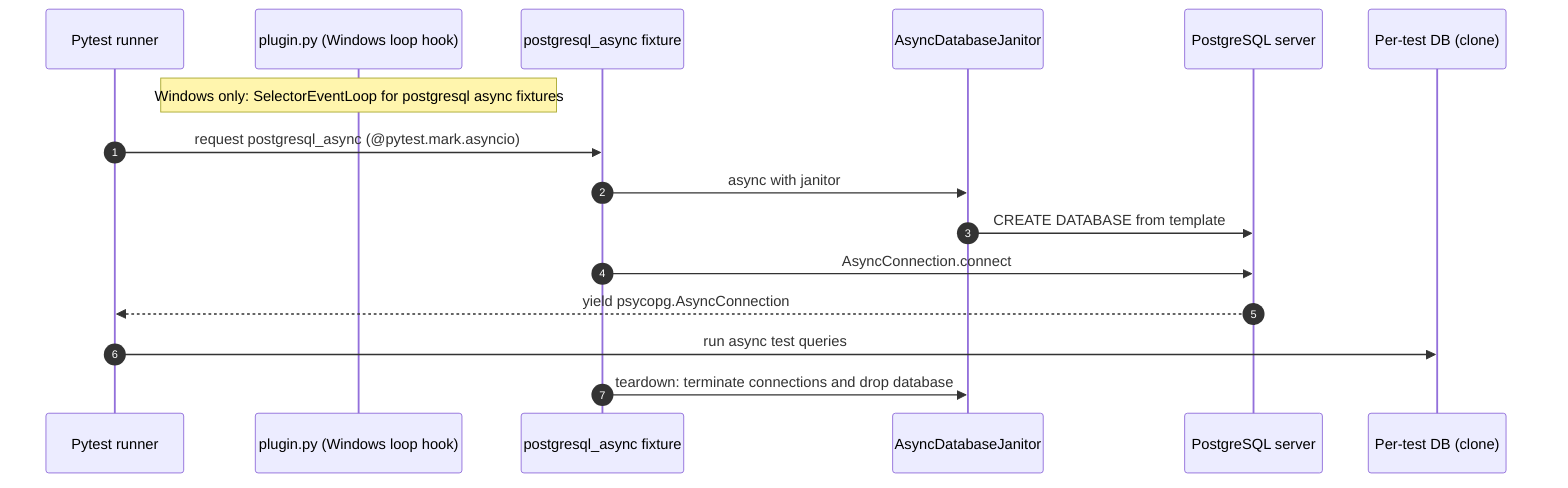
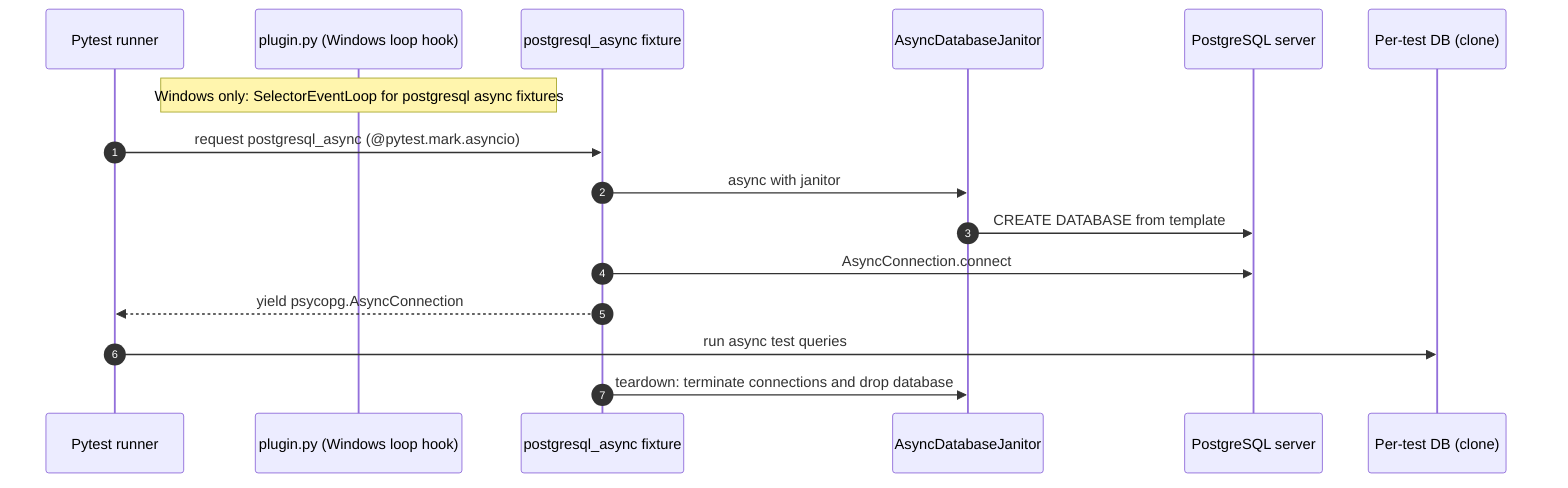
sequenceDiagram
    autonumber
    participant Pytest as Pytest runner
    participant Plugin as plugin.py (Windows loop hook)
    participant AsyncFactory as postgresql_async fixture
    participant Janitor as AsyncDatabaseJanitor
    participant PgServer as PostgreSQL server
    participant TestDB as Per-test DB (clone)

    Note over Plugin: Windows only: SelectorEventLoop for postgresql async fixtures
    Pytest->>AsyncFactory: request postgresql_async (@pytest.mark.asyncio)
    AsyncFactory->>Janitor: async with janitor
    Janitor->>PgServer: CREATE DATABASE from template
    AsyncFactory->>PgServer: AsyncConnection.connect
-     PgServer-->>Pytest: yield psycopg.AsyncConnection
+     AsyncFactory-->>Pytest: yield psycopg.AsyncConnection
    Pytest->>TestDB: run async test queries
    AsyncFactory->>Janitor: teardown: terminate connections and drop database
